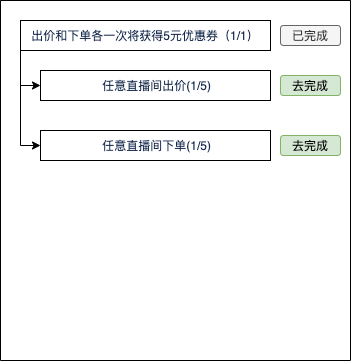
Above: task2.png in LuiBu/my-pictures (draw.io), before the change. Source tidied: cells renumbered, new cells last; positions are measured from the earlier drawing's top-left corner, leaving out a move shared by most shapes.
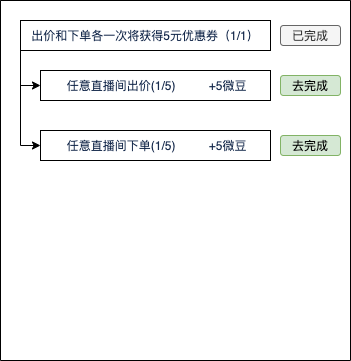
The same file after the commit.

Change to the diagram source:
```diff
@@ -14,10 +14,10 @@
     <mxCell id="5" value="&lt;span style=&quot;color: rgb(23 , 43 , 77) ; text-align: left ; background-color: rgb(255 , 255 , 255)&quot;&gt;&lt;font style=&quot;font-size: 11px&quot;&gt;出价和下单各一次将获得5元优惠券（1/1）&lt;/font&gt;&lt;/span&gt;" style="rounded=0;whiteSpace=wrap;html=1;" parent="2" vertex="1">
       <mxGeometry x="20" y="20" width="250" height="30" as="geometry" />
     </mxCell>
-    <mxCell id="6" value="&lt;div style=&quot;text-align: left&quot;&gt;&lt;font color=&quot;#172b4d&quot; size=&quot;1&quot;&gt;&lt;span style=&quot;background-color: rgb(255 , 255 , 255)&quot;&gt;&amp;nbsp;任意直播间出价(1/5)&lt;/span&gt;&lt;/font&gt;&lt;/div&gt;" style="rounded=0;whiteSpace=wrap;html=1;" parent="2" vertex="1">
+    <mxCell id="6" value="&lt;div style=&quot;text-align: left&quot;&gt;&lt;font color=&quot;#172b4d&quot; size=&quot;1&quot;&gt;&lt;span style=&quot;background-color: rgb(255 , 255 , 255)&quot;&gt;&amp;nbsp;任意直播间出价(1/5)&amp;nbsp; &amp;nbsp; &amp;nbsp; &amp;nbsp; &amp;nbsp; +5微豆&lt;/span&gt;&lt;/font&gt;&lt;/div&gt;" style="rounded=0;whiteSpace=wrap;html=1;" parent="2" vertex="1">
       <mxGeometry x="40" y="70" width="230" height="30" as="geometry" />
     </mxCell>
-    <mxCell id="7" value="&lt;div style=&quot;text-align: left&quot;&gt;&lt;font color=&quot;#172b4d&quot; size=&quot;1&quot;&gt;&lt;span style=&quot;background-color: rgb(255 , 255 , 255)&quot;&gt;&amp;nbsp;任意直播间下单(1/5)&lt;/span&gt;&lt;/font&gt;&lt;/div&gt;" style="rounded=0;whiteSpace=wrap;html=1;" parent="2" vertex="1">
+    <mxCell id="7" value="&lt;div style=&quot;text-align: left&quot;&gt;&lt;font color=&quot;#172b4d&quot; size=&quot;1&quot;&gt;&lt;span style=&quot;background-color: rgb(255 , 255 , 255)&quot;&gt;&amp;nbsp;任意直播间下单(1/5)&amp;nbsp; &amp;nbsp; &amp;nbsp; &amp;nbsp; &amp;nbsp; +5微豆&lt;/span&gt;&lt;/font&gt;&lt;/div&gt;" style="rounded=0;whiteSpace=wrap;html=1;" parent="2" vertex="1">
       <mxGeometry x="40" y="130" width="230" height="30" as="geometry" />
     </mxCell>
     <mxCell id="8" value="已完成" style="rounded=1;whiteSpace=wrap;html=1;fillColor=#f5f5f5;strokeColor=#666666;fontColor=#333333;" parent="2" vertex="1">
```
